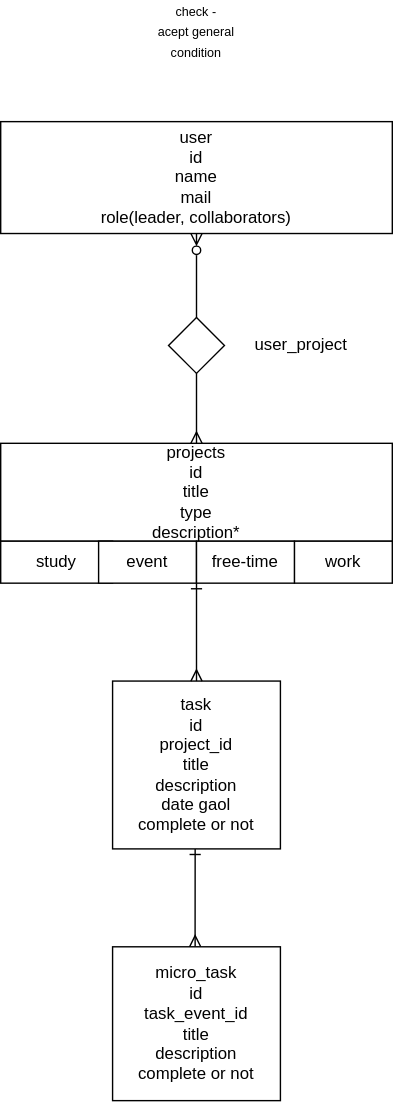
Above: db.vs.drawio.svg in NicoleMaini/Happy-Activities (draw.io), before the change. Source tidied: cells renumbered, new cells last; positions are measured from the earlier drawing's top-left corner, leaving out a move shared by most shapes.
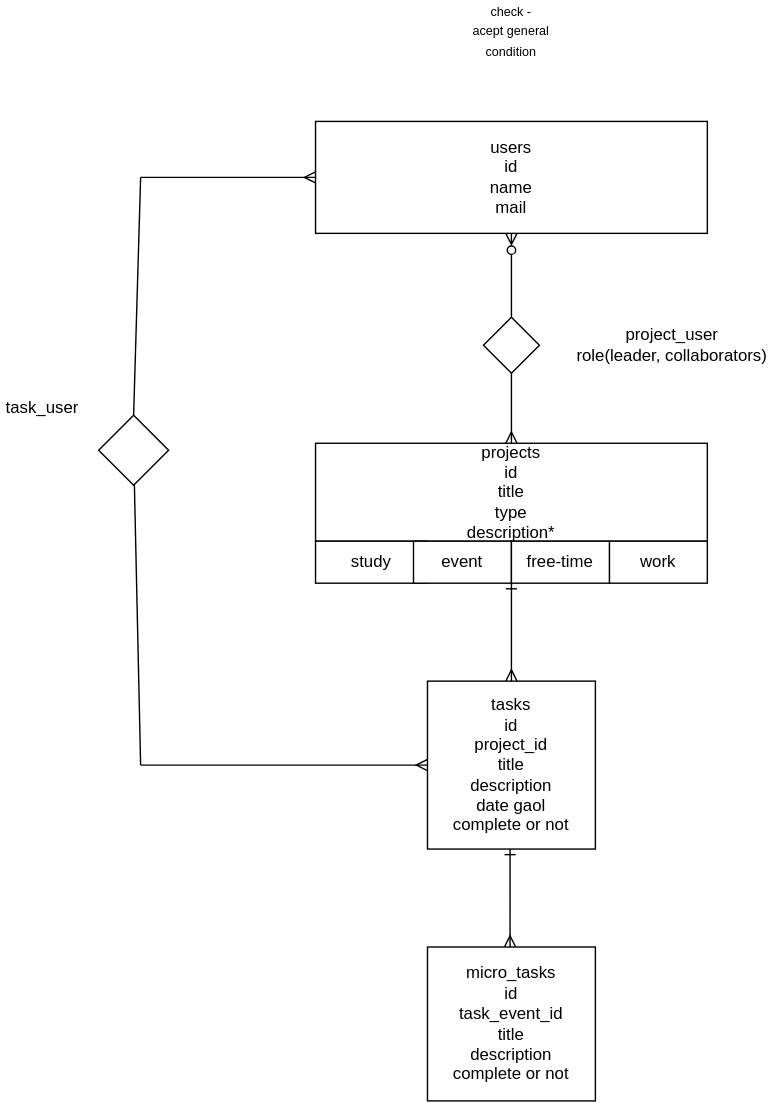
The same diagram one commit later.

What changed in the source:
```diff
@@ -2,7 +2,12 @@
   <root>
     <mxCell id="0" />
     <mxCell id="1" parent="0" />
+    <mxCell id="18" style="edgeStyle=none;html=1;endArrow=none;endFill=0;startArrow=ERmany;startFill=0;" parent="1" edge="1" source="2">
+      <mxGeometry relative="1" as="geometry">
+        <mxPoint x="-125" y="120" as="targetPoint" />
+      </mxGeometry>
+    </mxCell>
-    <mxCell id="2" value="user&lt;br&gt;id&lt;br&gt;name&lt;br&gt;mail&lt;br&gt;role(leader, collaborators)" style="rounded=0;whiteSpace=wrap;html=1;" parent="1" vertex="1">
+    <mxCell id="2" value="users&lt;br&gt;id&lt;br&gt;name&lt;br&gt;mail" style="rounded=0;whiteSpace=wrap;html=1;" parent="1" vertex="1">
       <mxGeometry y="80" width="280" height="80" as="geometry" />
     </mxCell>
     <mxCell id="3" value="projects&lt;br&gt;id&lt;br&gt;title&lt;br&gt;type&lt;br&gt;description*" style="rounded=0;whiteSpace=wrap;html=1;" parent="1" vertex="1">
@@ -25,7 +30,12 @@
         <mxPoint x="140.1" y="569.9" as="targetPoint" />
       </mxGeometry>
     </mxCell>
+    <mxCell id="19" style="edgeStyle=none;html=1;startArrow=ERmany;startFill=0;endArrow=none;endFill=0;" parent="1" edge="1" source="9">
+      <mxGeometry relative="1" as="geometry">
+        <mxPoint x="-125" y="540" as="targetPoint" />
+      </mxGeometry>
+    </mxCell>
-    <mxCell id="9" value="task&lt;br&gt;id&lt;br&gt;project_id&amp;nbsp;&lt;br&gt;title&lt;br&gt;description&lt;br&gt;date gaol&lt;br&gt;complete or not" style="rounded=0;whiteSpace=wrap;html=1;" parent="1" vertex="1">
+    <mxCell id="9" value="tasks&lt;br&gt;id&lt;br&gt;project_id&amp;nbsp;&lt;br&gt;title&lt;br&gt;description&lt;br&gt;date gaol&lt;br&gt;complete or not" style="rounded=0;whiteSpace=wrap;html=1;" parent="1" vertex="1">
       <mxGeometry x="80" y="480" width="120" height="120" as="geometry" />
     </mxCell>
     <mxCell id="10" style="endArrow=ERzeroToMany;html=1;entryX=0.5;entryY=1;entryDx=0;entryDy=0;exitX=0.5;exitY=0;exitDx=0;exitDy=0;rounded=0;endFill=0;startArrow=ERmany;startFill=0;" parent="1" edge="1" source="3" target="2">
@@ -51,14 +61,30 @@
     <mxCell id="14" value="free-time" style="rounded=0;whiteSpace=wrap;html=1;fontSize=12;" parent="1" vertex="1">
       <mxGeometry x="140" y="380" width="70" height="30" as="geometry" />
     </mxCell>
-    <mxCell id="15" value="micro_task&lt;br&gt;id&lt;br&gt;task_event_id&lt;br&gt;title&lt;br&gt;description&lt;br&gt;complete or not" style="rounded=0;whiteSpace=wrap;html=1;" parent="1" vertex="1">
+    <mxCell id="15" value="micro_tasks&lt;br&gt;id&lt;br&gt;task_event_id&lt;br&gt;title&lt;br&gt;description&lt;br&gt;complete or not" style="rounded=0;whiteSpace=wrap;html=1;" parent="1" vertex="1">
       <mxGeometry x="80" y="670" width="120" height="110" as="geometry" />
     </mxCell>
     <mxCell id="16" style="rhombus;whiteSpace=wrap;html=1;" parent="1" vertex="1">
       <mxGeometry x="120" y="220" width="40" height="40" as="geometry" />
     </mxCell>
-    <mxCell id="17" value="user_project" style="text;html=1;strokeColor=none;fillColor=none;align=center;verticalAlign=middle;whiteSpace=wrap;rounded=0;" parent="1" vertex="1">
-      <mxGeometry x="185" y="225" width="60" height="30" as="geometry" />
+    <mxCell id="17" value="project_user&lt;br&gt;role(leader, collaborators)" style="text;html=1;strokeColor=none;fillColor=none;align=center;verticalAlign=middle;whiteSpace=wrap;rounded=0;" parent="1" vertex="1">
+      <mxGeometry x="185" y="225" width="140" height="30" as="geometry" />
     </mxCell>
+    <mxCell id="20" style="endArrow=none;html=1;" parent="1" edge="1" target="21">
+      <mxGeometry relative="1" as="geometry">
+        <mxPoint x="-125" y="540" as="sourcePoint" />
+      </mxGeometry>
+    </mxCell>
+    <mxCell id="21" style="rhombus;whiteSpace=wrap;html=1;" parent="1" vertex="1">
+      <mxGeometry x="-155" y="290" width="50" height="50" as="geometry" />
+    </mxCell>
+    <mxCell id="22" style="endArrow=none;html=1;exitX=0.5;exitY=0;exitDx=0;exitDy=0;" parent="1" edge="1" source="21">
+      <mxGeometry relative="1" as="geometry">
+        <mxPoint x="-125" y="120" as="targetPoint" />
+      </mxGeometry>
+    </mxCell>
+    <mxCell id="23" value="task_user" style="text;html=1;strokeColor=none;fillColor=none;align=center;verticalAlign=middle;whiteSpace=wrap;rounded=0;" parent="1" vertex="1">
+      <mxGeometry x="-225" y="270" width="60" height="30" as="geometry" />
+    </mxCell>
   </root>
 </mxGraphModel>
```
